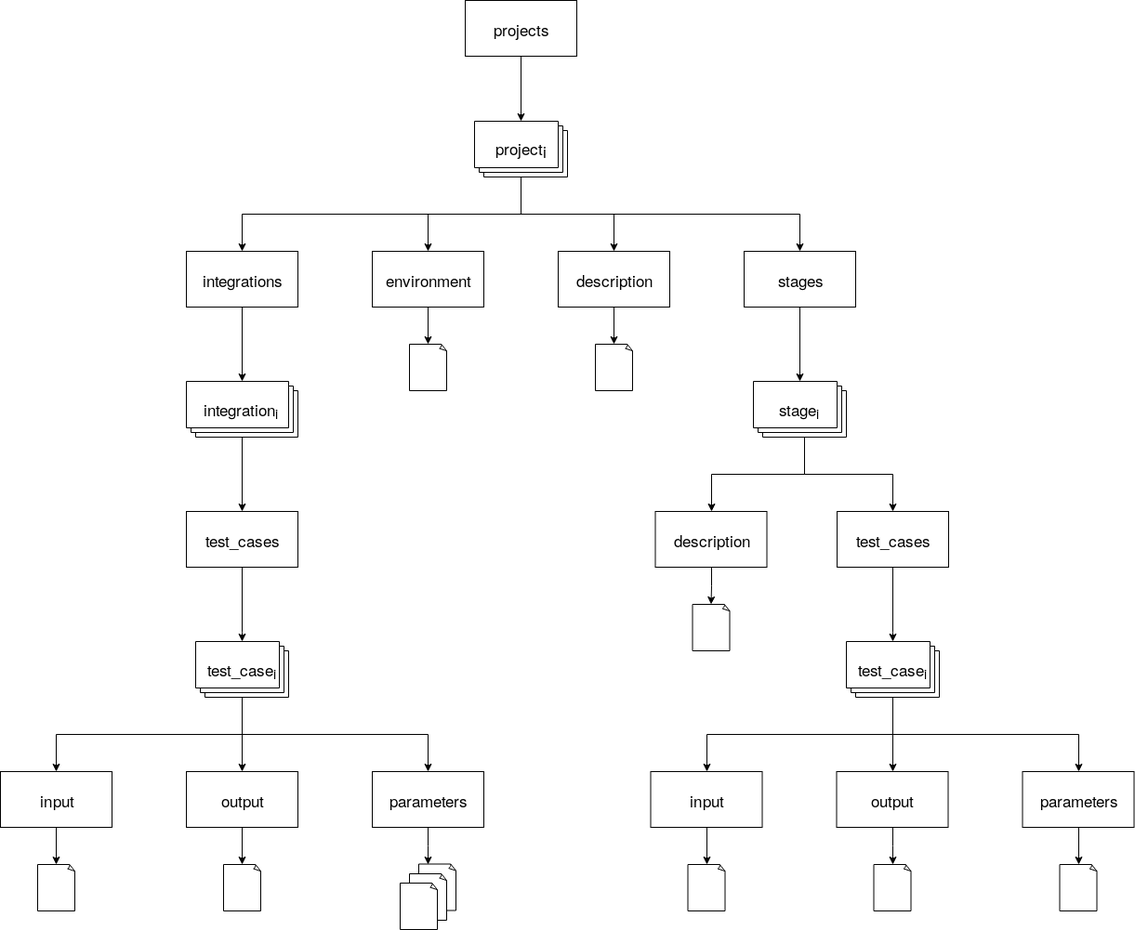
Above: paper/chapter05/projects_dirs.png in Szop-Kradziej/master-thesis (draw.io), before the change. Source tidied: cells renumbered, new cells last; positions are measured from the earlier drawing's top-left corner, leaving out a move shared by most shapes.
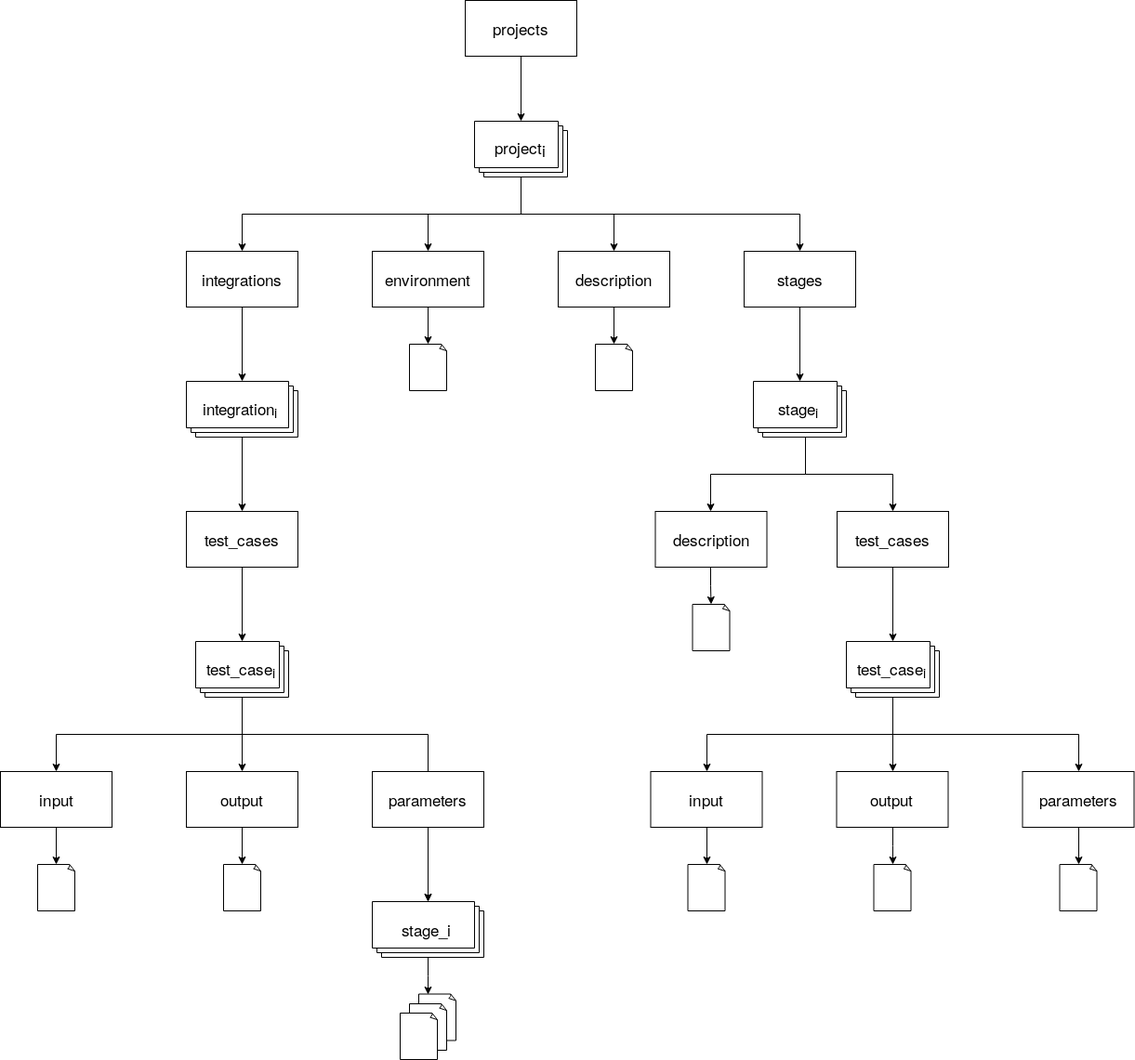
The same file after the commit.

Change to the diagram source:
```diff
@@ -197,8 +197,9 @@
     <mxCell id="51" style="edgeStyle=orthogonalEdgeStyle;rounded=0;jettySize=auto;html=1;" parent="1" edge="1" source="53" target="45">
       <mxGeometry relative="1" as="geometry" />
     </mxCell>
-    <mxCell id="52" style="edgeStyle=orthogonalEdgeStyle;rounded=0;jettySize=auto;html=1;" parent="1" edge="1" source="53" target="54">
+    <mxCell id="52" style="edgeStyle=orthogonalEdgeStyle;rounded=0;jettySize=auto;html=1;" parent="1" edge="1" source="53">
       <mxGeometry relative="1" as="geometry">
+        <mxPoint x="460" y="970" as="targetPoint" />
         <Array as="points">
           <mxPoint x="260" y="790" />
           <mxPoint x="460" y="790" />
@@ -208,22 +209,34 @@
     <mxCell id="53" value="test_case&lt;sub&gt;i&lt;/sub&gt;" style="verticalLabelPosition=middle;verticalAlign=middle;html=1;shape=mxgraph.basic.layered_rect;dx=10;outlineConnect=0;labelPosition=center;align=center;fontSize=17;" parent="1" vertex="1">
       <mxGeometry x="210" y="690" width="100" height="60" as="geometry" />
     </mxCell>
-    <mxCell id="54" value="parameters" style="rounded=0;whiteSpace=wrap;html=1;fontSize=17;" parent="1" vertex="1">
-      <mxGeometry x="400" y="830" width="120" height="60" as="geometry" />
-    </mxCell>
     <mxCell id="55" style="edgeStyle=orthogonalEdgeStyle;rounded=0;jettySize=auto;html=1;exitX=0.258;exitY=0.01;exitDx=0;exitDy=0;entryX=0.5;entryY=1;entryDx=0;entryDy=0;startArrow=classic;startFill=1;endArrow=none;endFill=0;fontSize=17;exitPerimeter=0;" parent="1" edge="1" source="56">
       <mxGeometry relative="1" as="geometry">
-        <mxPoint x="460" y="890" as="targetPoint" />
+        <mxPoint x="460" y="1030" as="targetPoint" />
       </mxGeometry>
     </mxCell>
     <mxCell id="56" style="whiteSpace=wrap;html=1;shape=mxgraph.basic.document;fontSize=17;" parent="1" vertex="1">
-      <mxGeometry x="450" y="929.5" width="40" height="50" as="geometry" />
+      <mxGeometry x="450" y="1069.5" width="40" height="50" as="geometry" />
     </mxCell>
     <mxCell id="57" style="whiteSpace=wrap;html=1;shape=mxgraph.basic.document;fontSize=17;" parent="1" vertex="1">
-      <mxGeometry x="440" y="940" width="40" height="50" as="geometry" />
+      <mxGeometry x="440" y="1080" width="40" height="50" as="geometry" />
     </mxCell>
     <mxCell id="58" style="whiteSpace=wrap;html=1;shape=mxgraph.basic.document;fontSize=17;" parent="1" vertex="1">
-      <mxGeometry x="430" y="950" width="40" height="50" as="geometry" />
+      <mxGeometry x="430" y="1090" width="40" height="50" as="geometry" />
     </mxCell>
+    <mxCell id="59" style="edgeStyle=orthogonalEdgeStyle;rounded=0;orthogonalLoop=1;jettySize=auto;html=1;exitX=0;exitY=0;exitDx=55;exitDy=60;exitPerimeter=0;fontSize=17;entryX=0.5;entryY=0;entryDx=0;entryDy=0;" parent="1" edge="1">
+      <mxGeometry relative="1" as="geometry">
+        <mxPoint x="456" y="890" as="sourcePoint" />
+        <mxPoint x="460" y="970" as="targetPoint" />
+        <Array as="points">
+          <mxPoint x="460" y="890" />
+        </Array>
+      </mxGeometry>
+    </mxCell>
+    <mxCell id="60" value="stage_i" style="verticalLabelPosition=middle;verticalAlign=middle;html=1;shape=mxgraph.basic.layered_rect;dx=10;labelPosition=center;align=center;fontSize=17;" parent="1" vertex="1">
+      <mxGeometry x="400" y="970" width="120" height="60" as="geometry" />
+    </mxCell>
+    <mxCell id="54" value="parameters" style="rounded=0;whiteSpace=wrap;html=1;fontSize=17;" parent="1" vertex="1">
+      <mxGeometry x="400" y="830" width="120" height="60" as="geometry" />
+    </mxCell>
   </root>
 </mxGraphModel>
```
